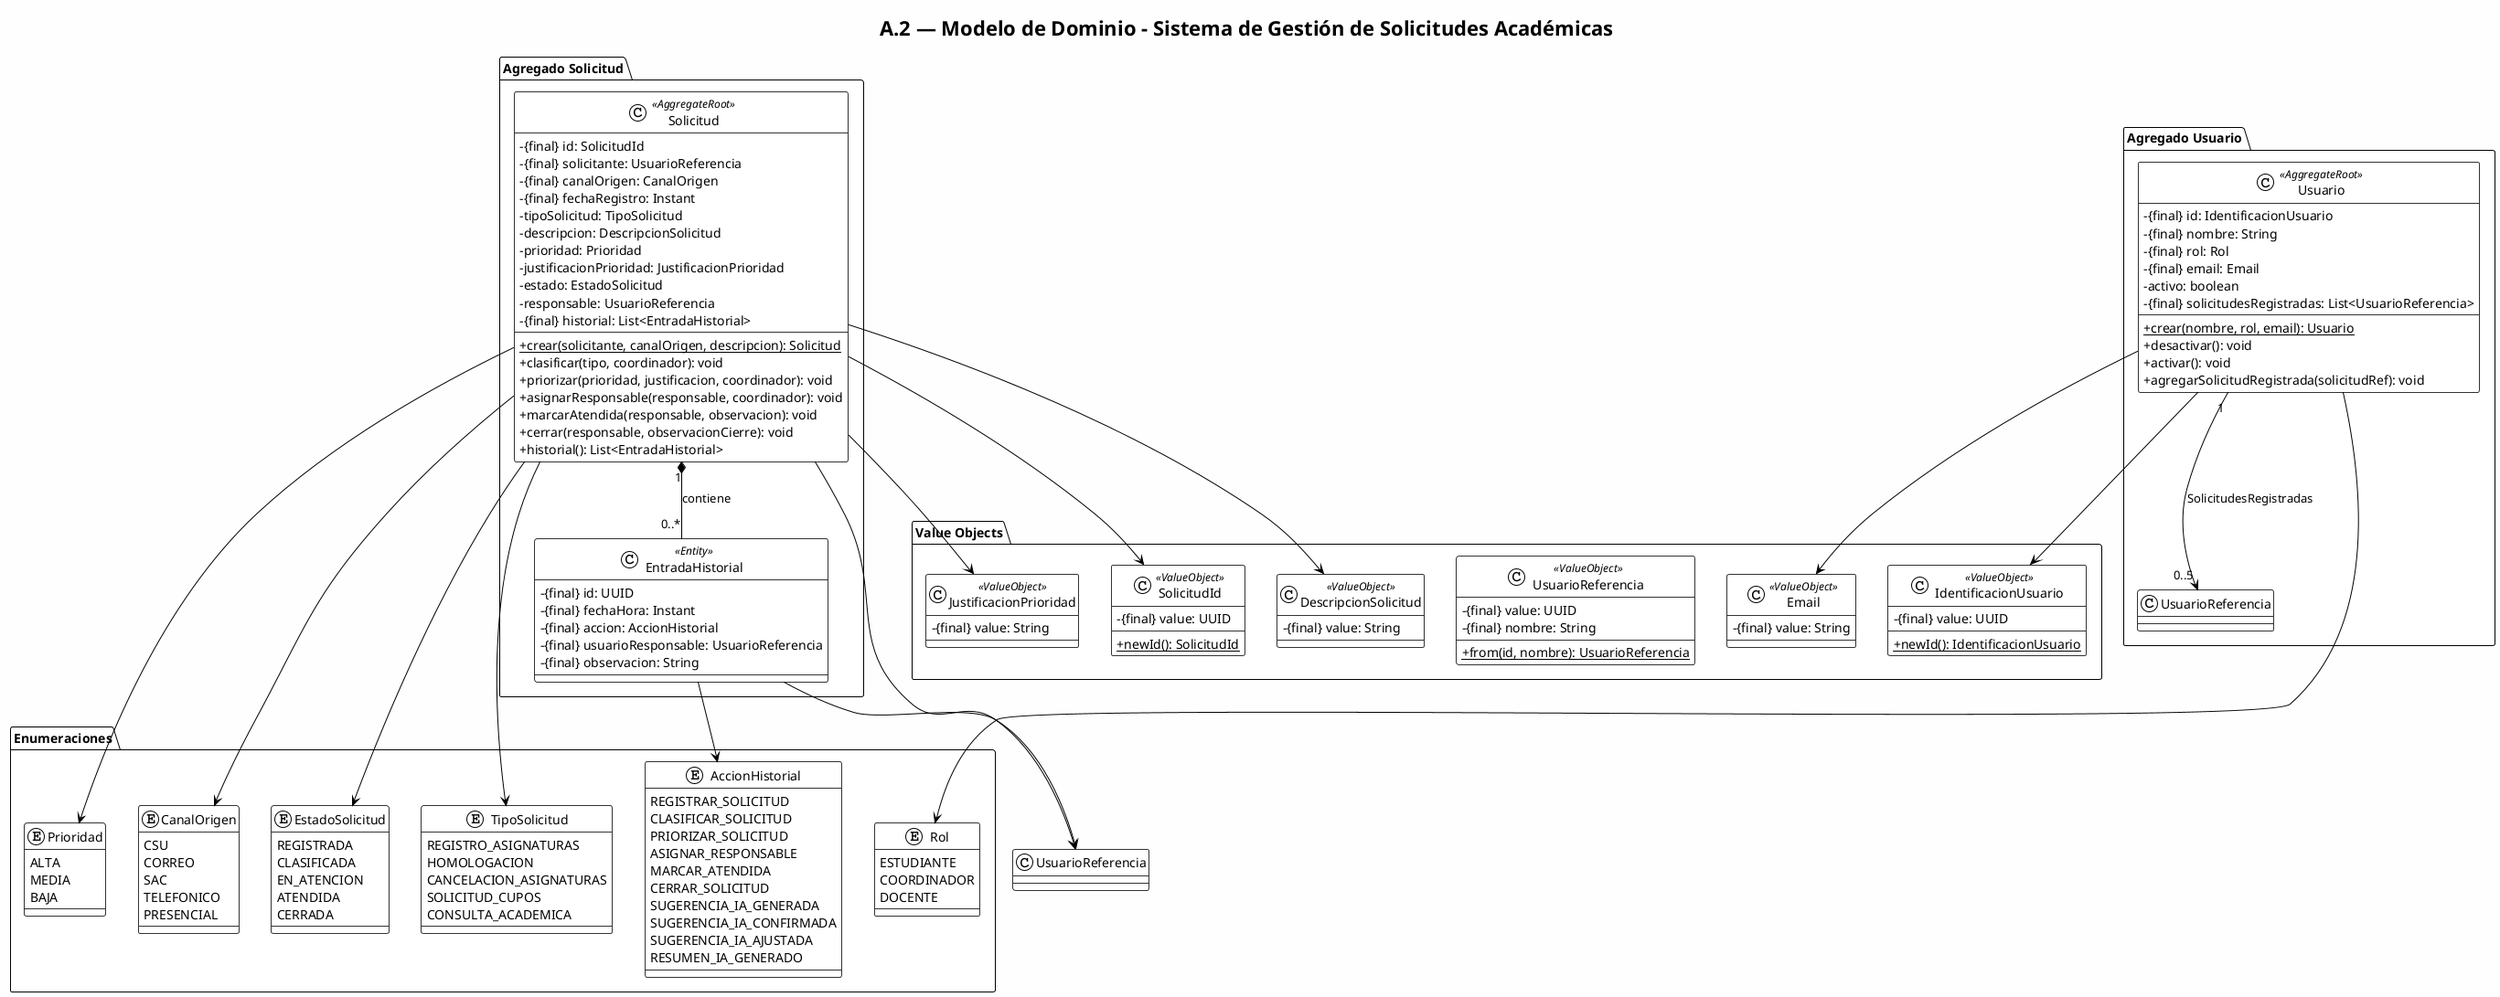
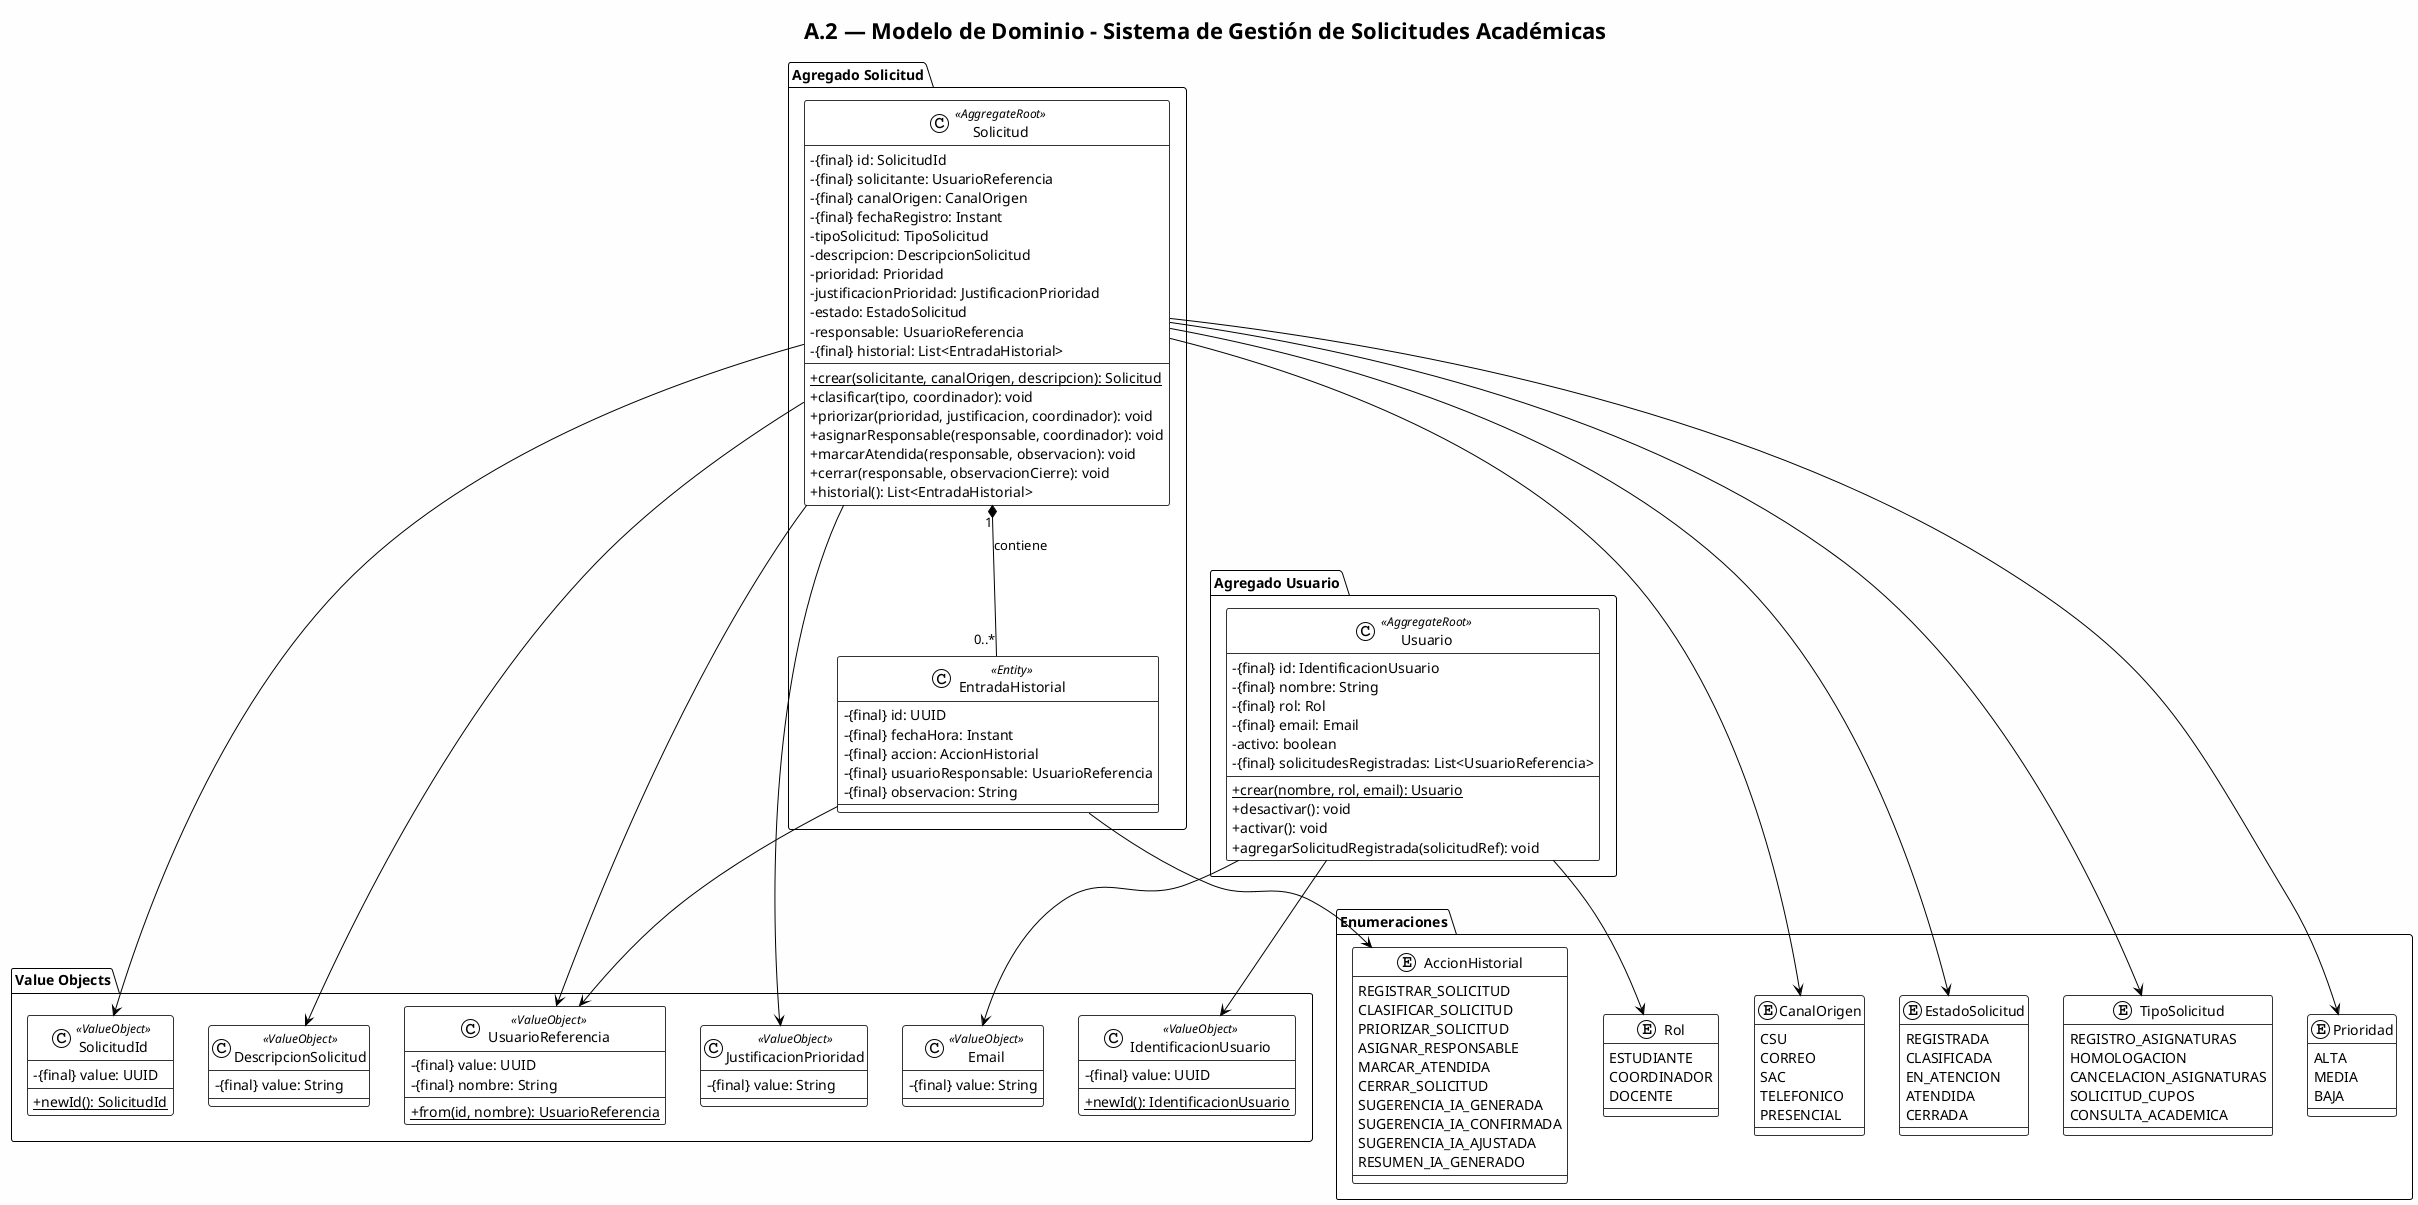
@startuml
!theme plain
skinparam backgroundColor #FEFEFE
skinparam classBackgroundColor #FFFFFF
skinparam classBorderColor #333333
skinparam classAttributeIconSize 0

title A.2 — Modelo de Dominio - Sistema de Gestión de Solicitudes Académicas

' ============ AGREGADO: SOLICITUD ============

package "Agregado Solicitud" {

    class Solicitud <<AggregateRoot>> {
        -{final} id: SolicitudId
        -{final} solicitante: UsuarioReferencia
        -{final} canalOrigen: CanalOrigen
        -{final} fechaRegistro: Instant
        -tipoSolicitud: TipoSolicitud
        -descripcion: DescripcionSolicitud
        -prioridad: Prioridad
        -justificacionPrioridad: JustificacionPrioridad
        -estado: EstadoSolicitud
        -responsable: UsuarioReferencia
        -{final} historial: List<EntradaHistorial>
        --
        +crear(solicitante, canalOrigen, descripcion): Solicitud {static}
        +clasificar(tipo, coordinador): void
        +priorizar(prioridad, justificacion, coordinador): void
        +asignarResponsable(responsable, coordinador): void
        +marcarAtendida(responsable, observacion): void
        +cerrar(responsable, observacionCierre): void
        +historial(): List<EntradaHistorial>
    }

    class EntradaHistorial <<Entity>> {
        -{final} id: UUID
        -{final} fechaHora: Instant
        -{final} accion: AccionHistorial
        -{final} usuarioResponsable: UsuarioReferencia
        -{final} observacion: String
    }

    Solicitud "1" *-- "0..*" EntradaHistorial : contiene
}

' ============ AGREGADO: USUARIO ============

package "Agregado Usuario" {

    class Usuario <<AggregateRoot>> {
        -{final} id: IdentificacionUsuario
        -{final} nombre: String
        -{final} rol: Rol
        -{final} email: Email
        -activo: boolean
        -{final} solicitudesRegistradas: List<UsuarioReferencia>
        --
        +crear(nombre, rol, email): Usuario {static}
        +desactivar(): void
        +activar(): void
        +agregarSolicitudRegistrada(solicitudRef): void
    }
-     ' Relación entre Usuarios y Solicitud.
-     Usuario "1" --> "0..5" UsuarioReferencia : SolicitudesRegistradas
}

' ============ VALUE OBJECTS ============

package "Value Objects" {

    class SolicitudId <<ValueObject>> {
        -{final} value: UUID
        --
        +newId(): SolicitudId {static}
    }

    class IdentificacionUsuario <<ValueObject>> {
        -{final} value: UUID
        --
        +newId(): IdentificacionUsuario {static}
    }

    class UsuarioReferencia <<ValueObject>> {
        -{final} value: UUID
        -{final} nombre: String
        --
        +from(id, nombre): UsuarioReferencia {static}
    }

    class Email <<ValueObject>> {
        -{final} value: String
    }

    class DescripcionSolicitud <<ValueObject>> {
        -{final} value: String
    }

    class JustificacionPrioridad <<ValueObject>> {
        -{final} value: String
    }
}

' ============ ENUMERACIONES ============

package "Enumeraciones" {

    enum EstadoSolicitud {
        REGISTRADA
        CLASIFICADA
        EN_ATENCION
        ATENDIDA
        CERRADA
    }

    enum TipoSolicitud {
        REGISTRO_ASIGNATURAS
        HOMOLOGACION
        CANCELACION_ASIGNATURAS
        SOLICITUD_CUPOS
        CONSULTA_ACADEMICA
    }

    enum Prioridad {
        ALTA
        MEDIA
        BAJA
    }

    enum CanalOrigen {
        CSU
        CORREO
        SAC
        TELEFONICO
        PRESENCIAL
    }

    enum Rol {
        ESTUDIANTE
        COORDINADOR
        DOCENTE
    }

    enum AccionHistorial {
        REGISTRAR_SOLICITUD
        CLASIFICAR_SOLICITUD
        PRIORIZAR_SOLICITUD
        ASIGNAR_RESPONSABLE
        MARCAR_ATENDIDA
        CERRAR_SOLICITUD
        SUGERENCIA_IA_GENERADA
        SUGERENCIA_IA_CONFIRMADA
        SUGERENCIA_IA_AJUSTADA
        RESUMEN_IA_GENERADO
    }
}

' ============ RELACIONES ============

Solicitud --> SolicitudId
Solicitud --> UsuarioReferencia
Solicitud --> CanalOrigen
Solicitud --> DescripcionSolicitud
Solicitud --> TipoSolicitud
Solicitud --> Prioridad
Solicitud --> JustificacionPrioridad
Solicitud --> EstadoSolicitud
EntradaHistorial --> AccionHistorial
EntradaHistorial --> UsuarioReferencia

Usuario --> IdentificacionUsuario
Usuario --> Rol
Usuario --> Email

@enduml
